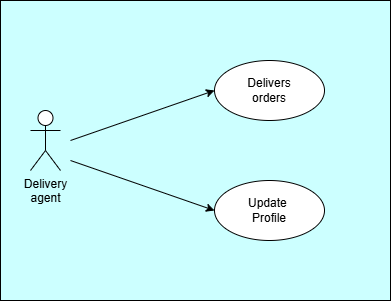
khushichaudhari02/dac-project keeps this draw.io diagram as Documents/Functionality_delivery.png. Above is the earlier version. Source tidied: cells renumbered, new cells last; positions are measured from the earlier drawing's top-left corner, leaving out a move shared by most shapes. Its diagram source:
```xml
<mxGraphModel>
  <root>
    <mxCell id="0" />
    <mxCell id="1" parent="0" />
    <mxCell id="2" style="rounded=0;whiteSpace=wrap;html=1;fillColor=light-dark(#CCFFFF,var(--ge-dark-color, #121212));" parent="1" vertex="1">
      <mxGeometry width="390" height="300" as="geometry" />
    </mxCell>
    <mxCell id="3" value="Delivery&lt;div&gt;agent&lt;/div&gt;" style="shape=umlActor;verticalLabelPosition=bottom;verticalAlign=top;html=1;" parent="1" vertex="1">
      <mxGeometry x="30" y="110" width="30" height="60" as="geometry" />
    </mxCell>
    <mxCell id="4" value="Delivers&lt;div&gt;orders&lt;/div&gt;" style="ellipse;whiteSpace=wrap;html=1;" parent="1" vertex="1">
      <mxGeometry x="214" y="60" width="110" height="60" as="geometry" />
    </mxCell>
    <mxCell id="5" value="Update&amp;nbsp;&lt;div&gt;Profile&lt;/div&gt;" style="ellipse;whiteSpace=wrap;html=1;" parent="1" vertex="1">
      <mxGeometry x="214" y="180" width="110" height="60" as="geometry" />
    </mxCell>
    <mxCell id="6" style="endArrow=classic;html=1;rounded=0;entryX=0;entryY=0.5;entryDx=0;entryDy=0;" parent="1" edge="1" target="4">
      <mxGeometry relative="1" as="geometry">
        <mxPoint x="70" y="140" as="sourcePoint" />
      </mxGeometry>
    </mxCell>
    <mxCell id="7" style="endArrow=classic;html=1;rounded=0;entryX=0;entryY=0.5;entryDx=0;entryDy=0;" parent="1" edge="1" target="5">
      <mxGeometry relative="1" as="geometry">
        <mxPoint x="70" y="160" as="sourcePoint" />
      </mxGeometry>
    </mxCell>
  </root>
</mxGraphModel>
```
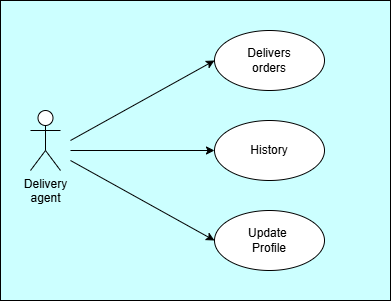
After the change.

Diff of the diagram source:
```diff
@@ -9,10 +9,10 @@
       <mxGeometry x="30" y="110" width="30" height="60" as="geometry" />
     </mxCell>
     <mxCell id="4" value="Delivers&lt;div&gt;orders&lt;/div&gt;" style="ellipse;whiteSpace=wrap;html=1;" parent="1" vertex="1">
-      <mxGeometry x="214" y="60" width="110" height="60" as="geometry" />
+      <mxGeometry x="214" y="30" width="110" height="60" as="geometry" />
     </mxCell>
     <mxCell id="5" value="Update&amp;nbsp;&lt;div&gt;Profile&lt;/div&gt;" style="ellipse;whiteSpace=wrap;html=1;" parent="1" vertex="1">
-      <mxGeometry x="214" y="180" width="110" height="60" as="geometry" />
+      <mxGeometry x="214" y="210" width="110" height="60" as="geometry" />
     </mxCell>
     <mxCell id="6" style="endArrow=classic;html=1;rounded=0;entryX=0;entryY=0.5;entryDx=0;entryDy=0;" parent="1" edge="1" target="4">
       <mxGeometry relative="1" as="geometry">
@@ -24,5 +24,13 @@
         <mxPoint x="70" y="160" as="sourcePoint" />
       </mxGeometry>
     </mxCell>
+    <mxCell id="8" value="History" style="ellipse;whiteSpace=wrap;html=1;" parent="1" vertex="1">
+      <mxGeometry x="214" y="120" width="110" height="60" as="geometry" />
+    </mxCell>
+    <mxCell id="9" style="endArrow=classic;html=1;rounded=0;entryX=0;entryY=0.5;entryDx=0;entryDy=0;" parent="1" edge="1" target="8">
+      <mxGeometry relative="1" as="geometry">
+        <mxPoint x="70" y="150" as="sourcePoint" />
+      </mxGeometry>
+    </mxCell>
   </root>
 </mxGraphModel>
```
